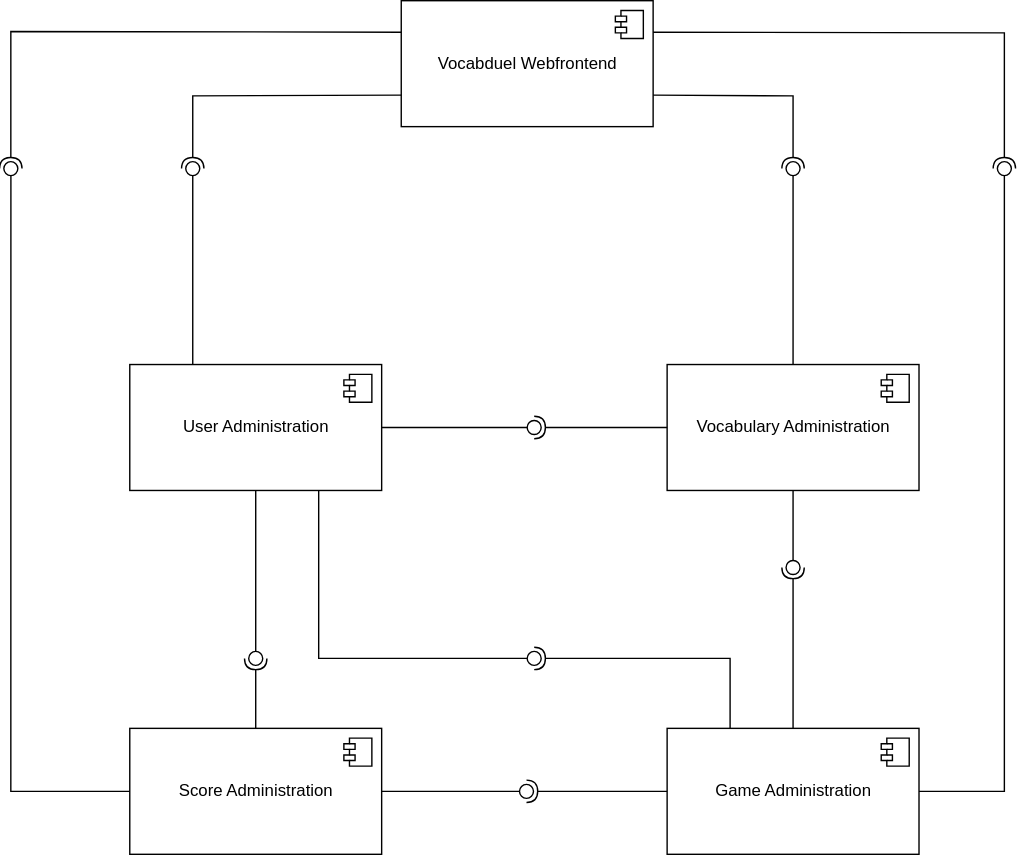
Earlier version of the draw.io export components_diagram.svg (lucaslar/htw-kba-gr7-vocabduel-monorepo). Source tidied: cells renumbered, new cells last; positions are measured from the earlier drawing's top-left corner, leaving out a move shared by most shapes.
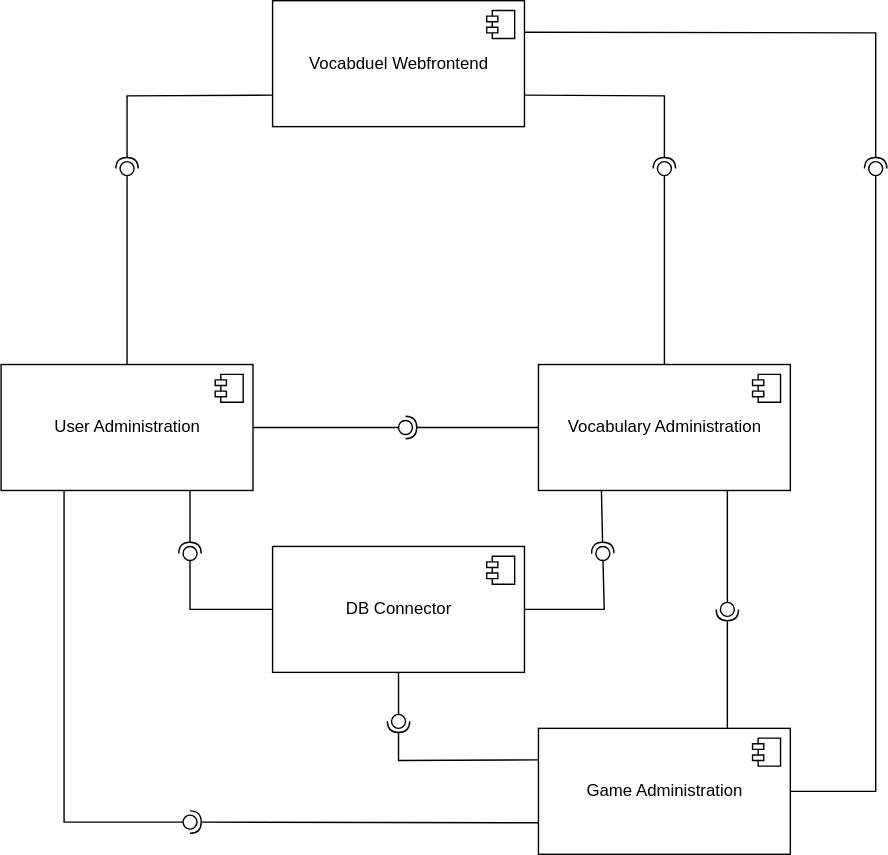
After the commit.

What changed in the source:
```diff
@@ -34,26 +34,18 @@
         <mxPoint x="-27" y="7" as="offset" />
       </mxGeometry>
     </mxCell>
-    <mxCell id="10" value="Score Administration" style="html=1;" parent="1" vertex="1">
-      <mxGeometry x="90" y="520" width="180" height="90" as="geometry" />
-    </mxCell>
-    <mxCell id="11" style="shape=module;jettyWidth=8;jettyHeight=4;" parent="10" vertex="1">
-      <mxGeometry x="1" width="20" height="20" relative="1" as="geometry">
-        <mxPoint x="-27" y="7" as="offset" />
-      </mxGeometry>
-    </mxCell>
-    <mxCell id="12" style="rounded=0;jettySize=auto;html=1;endArrow=none;endFill=0;exitX=0.25;exitY=0;exitDx=0;exitDy=0;" parent="1" edge="1" source="2" target="14">
+    <mxCell id="12" style="rounded=0;jettySize=auto;html=1;endArrow=none;endFill=0;exitX=0.5;exitY=0;exitDx=0;exitDy=0;" parent="1" edge="1" source="2" target="14">
       <mxGeometry relative="1" as="geometry" />
     </mxCell>
     <mxCell id="13" style="rounded=0;jettySize=auto;html=1;endArrow=halfCircle;endFill=0;entryX=0.5;entryY=0.5;entryDx=0;entryDy=0;endSize=6;strokeWidth=1;exitX=0;exitY=0.75;exitDx=0;exitDy=0;" parent="1" edge="1" source="8" target="14">
       <mxGeometry relative="1" as="geometry">
         <Array as="points">
-          <mxPoint x="135" y="68" />
+          <mxPoint x="180" y="68" />
         </Array>
       </mxGeometry>
     </mxCell>
     <mxCell id="14" style="ellipse;whiteSpace=wrap;html=1;fontFamily=Helvetica;fontSize=12;fontColor=#000000;align=center;strokeColor=#000000;fillColor=#ffffff;points=[];" parent="1" vertex="1">
-      <mxGeometry x="130" y="115" width="10" height="10" as="geometry" />
+      <mxGeometry x="175" y="115" width="10" height="10" as="geometry" />
     </mxCell>
     <mxCell id="15" style="rounded=0;jettySize=auto;html=1;endArrow=none;endFill=0;exitX=1;exitY=0.5;exitDx=0;exitDy=0;" parent="1" edge="1" source="6" target="17">
       <mxGeometry relative="1" as="geometry">
@@ -72,68 +64,27 @@
     <mxCell id="17" style="ellipse;whiteSpace=wrap;html=1;fontFamily=Helvetica;fontSize=12;fontColor=#000000;align=center;strokeColor=#000000;fillColor=#ffffff;points=[];" parent="1" vertex="1">
       <mxGeometry x="710" y="115" width="10" height="10" as="geometry" />
     </mxCell>
-    <mxCell id="18" style="rounded=0;jettySize=auto;html=1;endArrow=none;endFill=0;entryX=0.505;entryY=0.995;entryDx=0;entryDy=0;entryPerimeter=0;exitX=0;exitY=0.5;exitDx=0;exitDy=0;" parent="1" edge="1" source="10" target="20">
-      <mxGeometry relative="1" as="geometry">
-        <Array as="points">
-          <mxPoint x="5" y="565" />
-        </Array>
-      </mxGeometry>
-    </mxCell>
-    <mxCell id="19" style="rounded=0;jettySize=auto;html=1;endArrow=halfCircle;endFill=0;entryX=0.5;entryY=0.5;entryDx=0;entryDy=0;endSize=6;strokeWidth=1;exitX=0;exitY=0.25;exitDx=0;exitDy=0;" parent="1" edge="1" source="8" target="20">
-      <mxGeometry relative="1" as="geometry">
-        <Array as="points">
-          <mxPoint x="5" y="22" />
-        </Array>
-      </mxGeometry>
-    </mxCell>
-    <mxCell id="20" style="ellipse;whiteSpace=wrap;html=1;fontFamily=Helvetica;fontSize=12;fontColor=#000000;align=center;strokeColor=#000000;fillColor=#ffffff;points=[];" parent="1" vertex="1">
-      <mxGeometry y="115" width="10" height="10" as="geometry" />
-    </mxCell>
-    <mxCell id="21" style="rounded=0;jettySize=auto;html=1;endArrow=none;endFill=0;exitX=0.5;exitY=1;exitDx=0;exitDy=0;" parent="1" edge="1" source="4" target="23">
+    <mxCell id="21" style="rounded=0;jettySize=auto;html=1;endArrow=none;endFill=0;exitX=0.75;exitY=1;exitDx=0;exitDy=0;" parent="1" edge="1" source="4" target="23">
       <mxGeometry relative="1" as="geometry" />
     </mxCell>
-    <mxCell id="22" style="rounded=0;jettySize=auto;html=1;endArrow=halfCircle;endFill=0;entryX=0.5;entryY=0.5;entryDx=0;entryDy=0;endSize=6;strokeWidth=1;" parent="1" edge="1" source="6" target="23">
+    <mxCell id="22" style="rounded=0;jettySize=auto;html=1;endArrow=halfCircle;endFill=0;entryX=0.5;entryY=0.5;entryDx=0;entryDy=0;endSize=6;strokeWidth=1;exitX=0.75;exitY=0;exitDx=0;exitDy=0;" parent="1" edge="1" source="6" target="23">
       <mxGeometry relative="1" as="geometry" />
     </mxCell>
     <mxCell id="23" style="ellipse;whiteSpace=wrap;html=1;fontFamily=Helvetica;fontSize=12;fontColor=#000000;align=center;strokeColor=#000000;fillColor=#ffffff;points=[];" parent="1" vertex="1">
-      <mxGeometry x="559" y="400" width="10" height="10" as="geometry" />
+      <mxGeometry x="604" y="430" width="10" height="10" as="geometry" />
     </mxCell>
-    <mxCell id="24" style="rounded=0;jettySize=auto;html=1;endArrow=none;endFill=0;" parent="1" edge="1" source="2" target="26">
-      <mxGeometry relative="1" as="geometry" />
-    </mxCell>
-    <mxCell id="25" style="rounded=0;jettySize=auto;html=1;endArrow=halfCircle;endFill=0;endSize=6;strokeWidth=1;" parent="1" edge="1" source="10">
-      <mxGeometry relative="1" as="geometry">
-        <mxPoint x="180" y="470" as="targetPoint" />
-      </mxGeometry>
-    </mxCell>
-    <mxCell id="26" style="ellipse;whiteSpace=wrap;html=1;fontFamily=Helvetica;fontSize=12;fontColor=#000000;align=center;strokeColor=#000000;fillColor=#ffffff;points=[];" parent="1" vertex="1">
-      <mxGeometry x="175" y="465" width="10" height="10" as="geometry" />
-    </mxCell>
-    <mxCell id="27" style="rounded=0;jettySize=auto;html=1;endArrow=none;endFill=0;exitX=1;exitY=0.5;exitDx=0;exitDy=0;" parent="1" edge="1" source="10" target="29">
-      <mxGeometry relative="1" as="geometry" />
-    </mxCell>
-    <mxCell id="28" style="rounded=0;jettySize=auto;html=1;endArrow=halfCircle;endFill=0;entryX=0.5;entryY=0.5;entryDx=0;entryDy=0;endSize=6;strokeWidth=1;exitX=0;exitY=0.5;exitDx=0;exitDy=0;" parent="1" edge="1" source="6" target="29">
-      <mxGeometry relative="1" as="geometry" />
-    </mxCell>
-    <mxCell id="29" style="ellipse;whiteSpace=wrap;html=1;fontFamily=Helvetica;fontSize=12;fontColor=#000000;align=center;strokeColor=#000000;fillColor=#ffffff;points=[];" parent="1" vertex="1">
-      <mxGeometry x="368.5" y="560" width="10" height="10" as="geometry" />
-    </mxCell>
-    <mxCell id="30" style="rounded=0;jettySize=auto;html=1;endArrow=none;endFill=0;exitX=0.75;exitY=1;exitDx=0;exitDy=0;entryX=-0.001;entryY=0.502;entryDx=0;entryDy=0;entryPerimeter=0;" parent="1" edge="1" source="2" target="32">
+    <mxCell id="30" style="rounded=0;jettySize=auto;html=1;endArrow=none;endFill=0;exitX=0.25;exitY=1;exitDx=0;exitDy=0;entryX=-0.001;entryY=0.502;entryDx=0;entryDy=0;entryPerimeter=0;" parent="1" edge="1" source="2" target="32">
       <mxGeometry relative="1" as="geometry">
         <Array as="points">
-          <mxPoint x="225" y="470" />
+          <mxPoint x="135" y="587" />
         </Array>
       </mxGeometry>
     </mxCell>
-    <mxCell id="31" style="rounded=0;jettySize=auto;html=1;endArrow=halfCircle;endFill=0;entryX=0.5;entryY=0.5;entryDx=0;entryDy=0;endSize=6;strokeWidth=1;exitX=0.25;exitY=0;exitDx=0;exitDy=0;" parent="1" edge="1" source="6" target="32">
-      <mxGeometry relative="1" as="geometry">
-        <Array as="points">
-          <mxPoint x="519" y="470" />
-        </Array>
-      </mxGeometry>
+    <mxCell id="31" style="rounded=0;jettySize=auto;html=1;endArrow=halfCircle;endFill=0;entryX=0.5;entryY=0.5;entryDx=0;entryDy=0;endSize=6;strokeWidth=1;exitX=0;exitY=0.75;exitDx=0;exitDy=0;" parent="1" edge="1" source="6" target="32">
+      <mxGeometry relative="1" as="geometry" />
     </mxCell>
     <mxCell id="32" style="ellipse;whiteSpace=wrap;html=1;fontFamily=Helvetica;fontSize=12;fontColor=#000000;align=center;strokeColor=#000000;fillColor=#ffffff;points=[];" parent="1" vertex="1">
-      <mxGeometry x="374" y="465" width="10" height="10" as="geometry" />
+      <mxGeometry x="220" y="582" width="10" height="10" as="geometry" />
     </mxCell>
     <mxCell id="33" style="rounded=0;jettySize=auto;html=1;endArrow=none;endFill=0;" parent="1" edge="1" target="35">
       <mxGeometry relative="1" as="geometry">
@@ -159,5 +110,52 @@
     <mxCell id="38" style="ellipse;whiteSpace=wrap;html=1;fontFamily=Helvetica;fontSize=12;fontColor=#000000;align=center;strokeColor=#000000;fillColor=#ffffff;points=[];" parent="1" vertex="1">
       <mxGeometry x="559" y="115" width="10" height="10" as="geometry" />
     </mxCell>
+    <mxCell id="39" value="DB Connector" style="html=1;" parent="1" vertex="1">
+      <mxGeometry x="284" y="390" width="180" height="90" as="geometry" />
+    </mxCell>
+    <mxCell id="40" style="shape=module;jettyWidth=8;jettyHeight=4;" parent="39" vertex="1">
+      <mxGeometry x="1" width="20" height="20" relative="1" as="geometry">
+        <mxPoint x="-27" y="7" as="offset" />
+      </mxGeometry>
+    </mxCell>
+    <mxCell id="41" style="rounded=0;jettySize=auto;html=1;endArrow=none;endFill=0;exitX=0;exitY=0.5;exitDx=0;exitDy=0;" parent="1" edge="1" source="39" target="43">
+      <mxGeometry relative="1" as="geometry">
+        <Array as="points">
+          <mxPoint x="225" y="435" />
+        </Array>
+      </mxGeometry>
+    </mxCell>
+    <mxCell id="42" style="rounded=0;jettySize=auto;html=1;endArrow=halfCircle;endFill=0;entryX=0.5;entryY=0.5;entryDx=0;entryDy=0;endSize=6;strokeWidth=1;exitX=0.75;exitY=1;exitDx=0;exitDy=0;" parent="1" edge="1" source="2" target="43">
+      <mxGeometry relative="1" as="geometry" />
+    </mxCell>
+    <mxCell id="43" style="ellipse;whiteSpace=wrap;html=1;fontFamily=Helvetica;fontSize=12;fontColor=#000000;align=center;strokeColor=#000000;fillColor=#ffffff;points=[];" parent="1" vertex="1">
+      <mxGeometry x="220" y="390" width="10" height="10" as="geometry" />
+    </mxCell>
+    <mxCell id="44" style="rounded=0;jettySize=auto;html=1;endArrow=none;endFill=0;exitX=0.5;exitY=1;exitDx=0;exitDy=0;" parent="1" edge="1" source="39" target="46">
+      <mxGeometry relative="1" as="geometry" />
+    </mxCell>
+    <mxCell id="45" style="rounded=0;jettySize=auto;html=1;endArrow=halfCircle;endFill=0;entryX=0.5;entryY=0.5;entryDx=0;entryDy=0;endSize=6;strokeWidth=1;exitX=0;exitY=0.25;exitDx=0;exitDy=0;" parent="1" edge="1" source="6" target="46">
+      <mxGeometry relative="1" as="geometry">
+        <Array as="points">
+          <mxPoint x="374" y="543" />
+        </Array>
+      </mxGeometry>
+    </mxCell>
+    <mxCell id="46" style="ellipse;whiteSpace=wrap;html=1;fontFamily=Helvetica;fontSize=12;fontColor=#000000;align=center;strokeColor=#000000;fillColor=#ffffff;points=[];" parent="1" vertex="1">
+      <mxGeometry x="369" y="510" width="10" height="10" as="geometry" />
+    </mxCell>
+    <mxCell id="47" style="rounded=0;jettySize=auto;html=1;endArrow=none;endFill=0;" parent="1" edge="1" source="39" target="49">
+      <mxGeometry relative="1" as="geometry">
+        <Array as="points">
+          <mxPoint x="521" y="435" />
+        </Array>
+      </mxGeometry>
+    </mxCell>
+    <mxCell id="48" style="rounded=0;jettySize=auto;html=1;endArrow=halfCircle;endFill=0;entryX=0.5;entryY=0.5;entryDx=0;entryDy=0;endSize=6;strokeWidth=1;exitX=0.25;exitY=1;exitDx=0;exitDy=0;" parent="1" edge="1" source="4" target="49">
+      <mxGeometry relative="1" as="geometry" />
+    </mxCell>
+    <mxCell id="49" style="ellipse;whiteSpace=wrap;html=1;fontFamily=Helvetica;fontSize=12;fontColor=#000000;align=center;strokeColor=#000000;fillColor=#ffffff;points=[];" parent="1" vertex="1">
+      <mxGeometry x="515" y="390" width="10" height="10" as="geometry" />
+    </mxCell>
   </root>
 </mxGraphModel>
```
